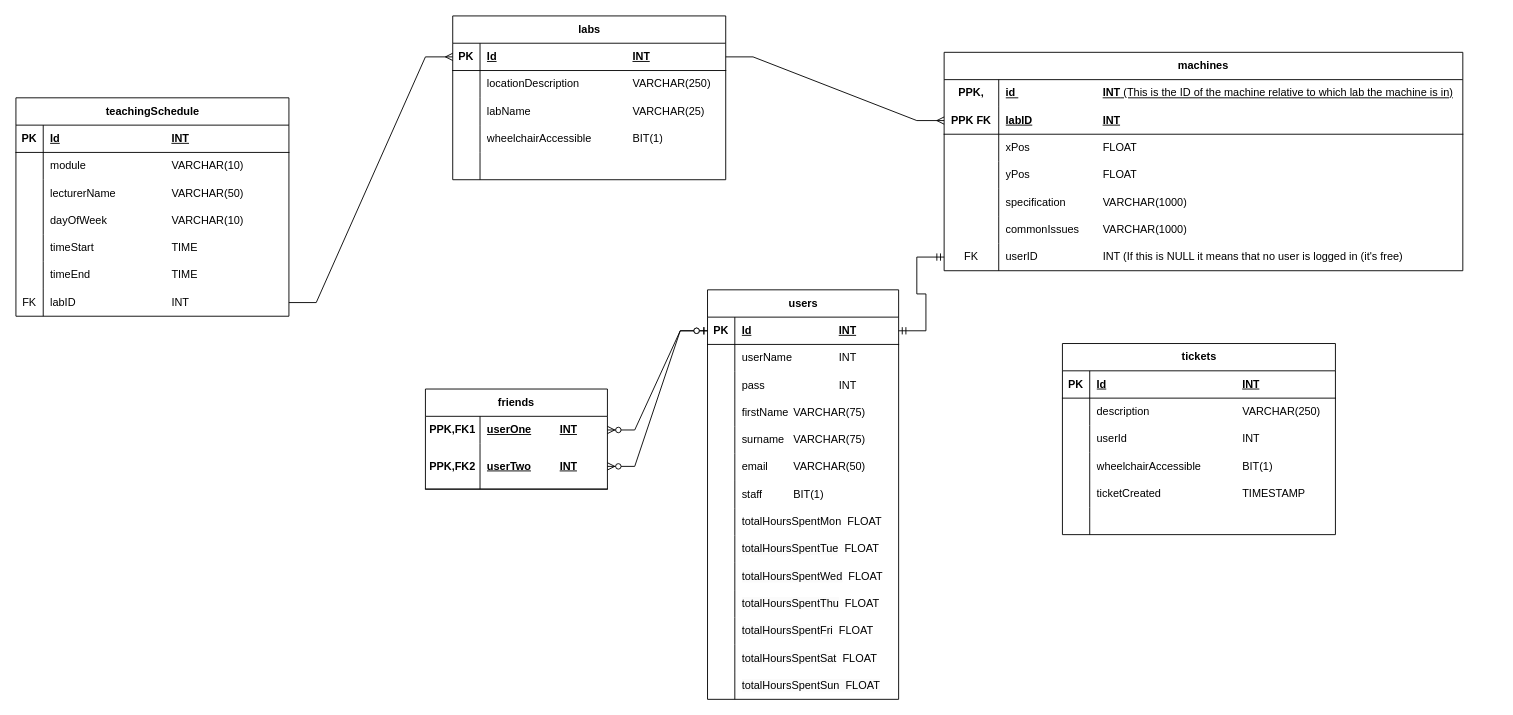
Before: LabFlow/LabFlow/assets/dissertation.drawio in chas-lad/LabFlow, a draw.io diagram. Source tidied: cells renumbered, new cells numbered last; positions are measured from the earlier drawing's top-left corner, leaving out a move shared by most shapes. Both pictures are drawn from the tidied source at 91%, with x=0, y=0 at pixel (15, 15).
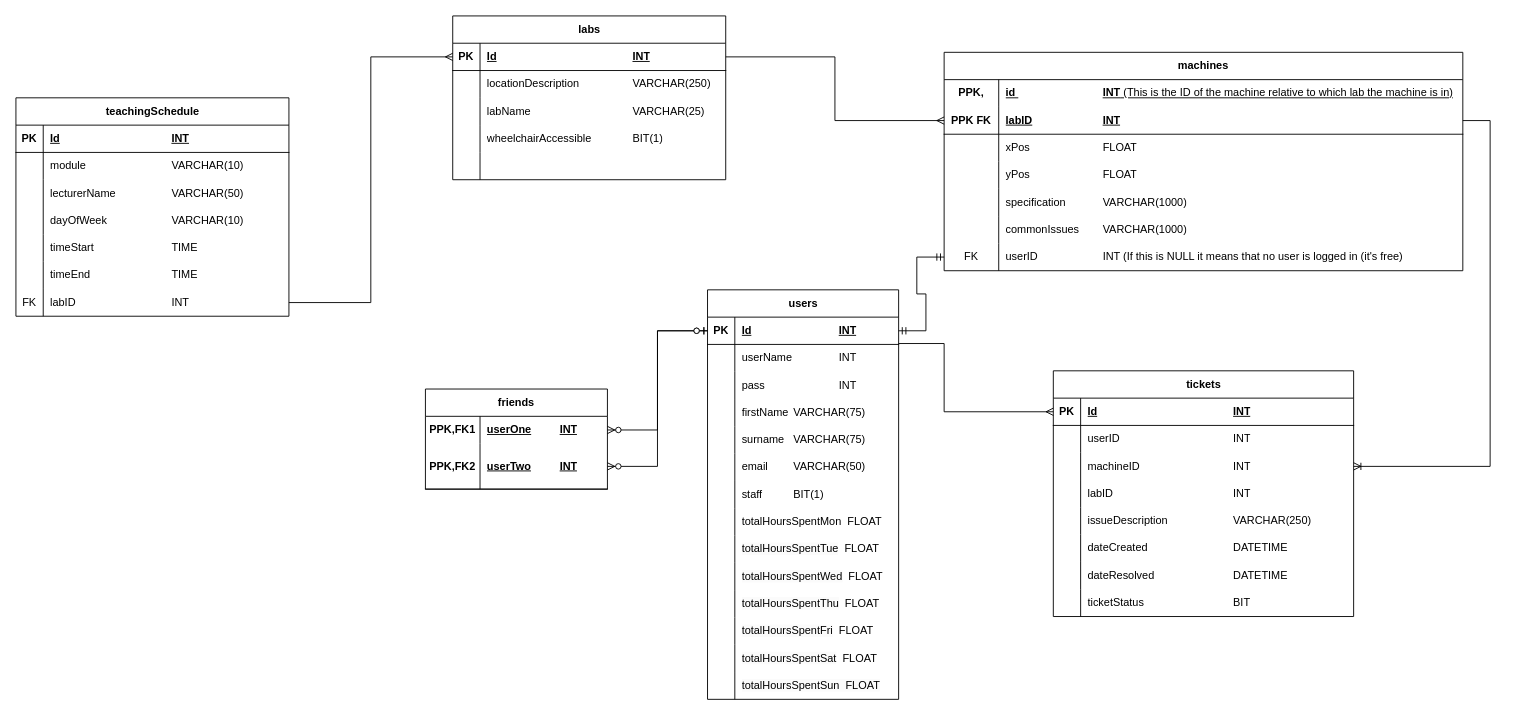
The same diagram, later.

The change refers to these unchanged cells:
```xml
<mxCell id="3" style="shape=tableRow;horizontal=0;startSize=0;swimlaneHead=0;swimlaneBody=0;fillColor=none;points=[[0,0.5],[1,0.5]];portConstraint=eastwest;top=0;left=0;right=0;bottom=1;" parent="2" vertex="1">
  <mxGeometry y="30" width="210" height="30" as="geometry" />
</mxCell>
<mxCell id="46" style="shape=tableRow;horizontal=0;startSize=0;swimlaneHead=0;swimlaneBody=0;fillColor=none;points=[[0,0.5],[1,0.5]];portConstraint=eastwest;top=0;left=0;right=0;bottom=1;" parent="45" vertex="1">
  <mxGeometry y="30" width="300" height="30" as="geometry" />
</mxCell>
<mxCell id="62" style="shape=tableRow;horizontal=0;startSize=0;swimlaneHead=0;swimlaneBody=0;fillColor=none;points=[[0,0.5],[1,0.5]];portConstraint=eastwest;top=0;left=0;right=0;bottom=0;html=1;" parent="61" vertex="1">
  <mxGeometry y="30" width="200" height="30" as="geometry" />
</mxCell>
<mxCell id="65" style="shape=tableRow;horizontal=0;startSize=0;swimlaneHead=0;swimlaneBody=0;fillColor=none;points=[[0,0.5],[1,0.5]];portConstraint=eastwest;top=0;left=0;right=0;bottom=1;html=1;" parent="61" vertex="1">
  <mxGeometry y="60" width="200" height="50" as="geometry" />
</mxCell>
<mxCell id="87" style="shape=tableRow;horizontal=0;startSize=0;swimlaneHead=0;swimlaneBody=0;fillColor=none;points=[[0,0.5],[1,0.5]];portConstraint=eastwest;top=0;left=0;right=0;bottom=0;" parent="68" vertex="1">
  <mxGeometry y="210" width="300" height="30" as="geometry" />
</mxCell>
<mxCell id="118" style="shape=tableRow;horizontal=0;startSize=0;swimlaneHead=0;swimlaneBody=0;fillColor=none;points=[[0,0.5],[1,0.5]];portConstraint=eastwest;top=0;left=0;right=0;bottom=1;html=1;" parent="114" vertex="1">
  <mxGeometry y="60" width="570" height="30" as="geometry" />
</mxCell>
```

Change to the diagram source:
```diff
@@
-    <mxCell id="90" style="edgeStyle=entityRelationEdgeStyle;fontSize=12;html=1;endArrow=ERzeroToMany;startArrow=ERzeroToOne;rounded=0;exitX=0;exitY=0.5;exitDx=0;exitDy=0;entryX=1;entryY=0.5;entryDx=0;entryDy=0;" parent="1" edge="1" source="3" target="62">
+    <mxCell id="90" style="edgeStyle=orthogonalEdgeStyle;fontSize=12;html=1;endArrow=ERzeroToMany;startArrow=ERzeroToOne;rounded=0;exitX=0;exitY=0.5;exitDx=0;exitDy=0;entryX=1;entryY=0.5;entryDx=0;entryDy=0;" parent="1" edge="1" source="3" target="62">
       <mxGeometry relative="1" as="geometry" />
     </mxCell>
-    <mxCell id="91" style="edgeStyle=entityRelationEdgeStyle;fontSize=12;html=1;endArrow=ERzeroToMany;startArrow=ERzeroToOne;rounded=0;exitX=0;exitY=0.5;exitDx=0;exitDy=0;entryX=1;entryY=0.5;entryDx=0;entryDy=0;" parent="1" edge="1" source="3" target="65">
+    <mxCell id="91" style="edgeStyle=orthogonalEdgeStyle;fontSize=12;html=1;endArrow=ERzeroToMany;startArrow=ERzeroToOne;rounded=0;exitX=0;exitY=0.5;exitDx=0;exitDy=0;entryX=1;entryY=0.5;entryDx=0;entryDy=0;" parent="1" edge="1" source="3" target="65">
       <mxGeometry relative="1" as="geometry" />
     </mxCell>
-    <mxCell id="92" style="edgeStyle=entityRelationEdgeStyle;fontSize=12;html=1;endArrow=ERmany;rounded=0;exitX=1;exitY=0.5;exitDx=0;exitDy=0;entryX=0;entryY=0.5;entryDx=0;entryDy=0;" parent="1" edge="1" source="46" target="118">
+    <mxCell id="92" style="edgeStyle=orthogonalEdgeStyle;fontSize=12;html=1;endArrow=ERmany;rounded=0;exitX=1;exitY=0.5;exitDx=0;exitDy=0;entryX=0;entryY=0.5;entryDx=0;entryDy=0;" parent="1" edge="1" source="46" target="118">
       <mxGeometry relative="1" as="geometry" />
     </mxCell>
-    <mxCell id="93" style="edgeStyle=entityRelationEdgeStyle;fontSize=12;html=1;endArrow=ERmany;rounded=0;exitX=1;exitY=0.5;exitDx=0;exitDy=0;entryX=0;entryY=0.5;entryDx=0;entryDy=0;" parent="1" edge="1" source="87" target="46">
+    <mxCell id="93" style="edgeStyle=orthogonalEdgeStyle;fontSize=12;html=1;endArrow=ERmany;rounded=0;exitX=1;exitY=0.5;exitDx=0;exitDy=0;entryX=0;entryY=0.5;entryDx=0;entryDy=0;" parent="1" edge="1" source="87" target="46">
       <mxGeometry relative="1" as="geometry" />
     </mxCell>
@@
     <mxCell id="95" value="tickets" style="shape=table;startSize=30;childLayout=tableLayout;rowLines=0;fontStyle=1;align=center;html=1;" parent="1" vertex="1">
-      <mxGeometry x="1150" y="360" width="300" height="210" as="geometry" />
+      <mxGeometry x="1140" y="390" width="330" height="270" as="geometry" />
     </mxCell>
     <mxCell id="96" style="shape=tableRow;horizontal=0;startSize=0;swimlaneHead=0;swimlaneBody=0;fillColor=none;points=[[0,0.5],[1,0.5]];portConstraint=eastwest;top=0;left=0;right=0;bottom=1;" parent="95" vertex="1">
-      <mxGeometry y="30" width="300" height="30" as="geometry" />
+      <mxGeometry y="30" width="330" height="30" as="geometry" />
     </mxCell>
@@
     <mxCell id="98" value="Id&lt;span style=&quot;white-space: pre;&quot;&gt;&#9;&lt;/span&gt;&lt;span style=&quot;white-space: pre;&quot;&gt;&#9;&lt;/span&gt;&lt;span style=&quot;white-space: pre;&quot;&gt;&#9;&lt;/span&gt;&lt;span style=&quot;white-space: pre;&quot;&gt;&#9;&lt;span style=&quot;white-space: pre;&quot;&gt;&#9;&lt;/span&gt;&lt;span style=&quot;white-space: pre;&quot;&gt;&#9;&lt;/span&gt;&lt;/span&gt;INT" style="shape=partialRectangle;fillColor=none;top=0;left=0;bottom=0;right=0;align=left;spacingLeft=6;fontStyle=5;overflow=hidden;whiteSpace=wrap;html=1;" parent="96" vertex="1">
-      <mxGeometry x="30" width="270" height="30" as="geometry" />
+      <mxGeometry x="30" width="300" height="30" as="geometry" />
     </mxCell>
     <mxCell id="99" style="shape=tableRow;horizontal=0;startSize=0;swimlaneHead=0;swimlaneBody=0;fillColor=none;top=0;left=0;right=0;bottom=0;" parent="95" vertex="1">
-      <mxGeometry y="60" width="300" height="30" as="geometry" />
+      <mxGeometry y="60" width="330" height="30" as="geometry" />
     </mxCell>
@@
-    <mxCell id="101" value="description&lt;span style=&quot;white-space: pre;&quot;&gt;&#9;&lt;span style=&quot;white-space: pre;&quot;&gt;&#9;&lt;/span&gt;&lt;span style=&quot;white-space: pre;&quot;&gt;&#9;&lt;span style=&quot;white-space: pre;&quot;&gt;&#9;&lt;/span&gt;&lt;/span&gt;&lt;/span&gt;VARCHAR(250)" style="shape=partialRectangle;fillColor=none;top=0;left=0;bottom=0;right=0;align=left;spacingLeft=6;overflow=hidden;whiteSpace=wrap;html=1;" parent="99" vertex="1">
-      <mxGeometry x="30" width="270" height="30" as="geometry" />
+    <mxCell id="101" value="userID&lt;span style=&quot;white-space: pre;&quot;&gt;&#9;&lt;/span&gt;&lt;span style=&quot;white-space: pre;&quot;&gt;&#9;&lt;/span&gt;&lt;span style=&quot;white-space: pre;&quot;&gt;&#9;&lt;/span&gt;&lt;span style=&quot;white-space: pre;&quot;&gt;&#9;&lt;/span&gt;&lt;span style=&quot;white-space: pre;&quot;&gt;&#9;&lt;/span&gt;INT" style="shape=partialRectangle;fillColor=none;top=0;left=0;bottom=0;right=0;align=left;spacingLeft=6;overflow=hidden;whiteSpace=wrap;html=1;" parent="99" vertex="1">
+      <mxGeometry x="30" width="300" height="30" as="geometry" />
     </mxCell>
+    <mxCell id="136" style="shape=tableRow;horizontal=0;startSize=0;swimlaneHead=0;swimlaneBody=0;fillColor=none;points=[[0,0.5],[1,0.5]];portConstraint=eastwest;top=0;left=0;right=0;bottom=0;" parent="95" vertex="1">
+      <mxGeometry y="90" width="330" height="30" as="geometry" />
+    </mxCell>
+    <mxCell id="137" style="shape=partialRectangle;fillColor=none;top=0;left=0;bottom=0;right=0;overflow=hidden;whiteSpace=wrap;html=1;" parent="136" vertex="1">
+      <mxGeometry width="30" height="30" as="geometry" />
+    </mxCell>
+    <mxCell id="138" value="machineID&lt;span style=&quot;white-space: pre;&quot;&gt;&#9;&lt;/span&gt;&lt;span style=&quot;white-space: pre;&quot;&gt;&#9;&lt;/span&gt;&lt;span style=&quot;white-space: pre;&quot;&gt;&#9;&lt;/span&gt;&lt;span style=&quot;white-space: pre;&quot;&gt;&#9;&lt;/span&gt;INT" style="shape=partialRectangle;fillColor=none;top=0;left=0;bottom=0;right=0;align=left;spacingLeft=6;overflow=hidden;whiteSpace=wrap;html=1;" parent="136" vertex="1">
+      <mxGeometry x="30" width="300" height="30" as="geometry" />
+    </mxCell>
+    <mxCell id="139" style="shape=tableRow;horizontal=0;startSize=0;swimlaneHead=0;swimlaneBody=0;fillColor=none;top=0;left=0;right=0;bottom=0;" parent="95" vertex="1">
+      <mxGeometry y="120" width="330" height="30" as="geometry" />
+    </mxCell>
+    <mxCell id="140" style="shape=partialRectangle;fillColor=none;top=0;left=0;bottom=0;right=0;overflow=hidden;whiteSpace=wrap;html=1;" parent="139" vertex="1">
+      <mxGeometry width="30" height="30" as="geometry" />
+    </mxCell>
+    <mxCell id="141" value="labID&lt;span style=&quot;white-space: pre;&quot;&gt;&#9;&lt;/span&gt;&lt;span style=&quot;white-space: pre;&quot;&gt;&#9;&lt;/span&gt;&lt;span style=&quot;white-space: pre;&quot;&gt;&#9;&lt;/span&gt;&lt;span style=&quot;white-space: pre;&quot;&gt;&#9;&lt;/span&gt;&lt;span style=&quot;white-space: pre;&quot;&gt;&#9;&lt;/span&gt;INT" style="shape=partialRectangle;fillColor=none;top=0;left=0;bottom=0;right=0;align=left;spacingLeft=6;overflow=hidden;whiteSpace=wrap;html=1;" parent="139" vertex="1">
+      <mxGeometry x="30" width="300" height="30" as="geometry" />
+    </mxCell>
     <mxCell id="102" style="shape=tableRow;horizontal=0;startSize=0;swimlaneHead=0;swimlaneBody=0;fillColor=none;top=0;left=0;right=0;bottom=0;" parent="95" vertex="1">
-      <mxGeometry y="90" width="300" height="30" as="geometry" />
+      <mxGeometry y="150" width="330" height="30" as="geometry" />
     </mxCell>
@@
-    <mxCell id="104" value="userId&lt;span style=&quot;white-space: pre;&quot;&gt;&#9;&lt;/span&gt;&lt;span style=&quot;white-space: pre;&quot;&gt;&#9;&lt;/span&gt;&lt;span style=&quot;white-space: pre;&quot;&gt;&#9;&lt;/span&gt;&lt;span style=&quot;white-space: pre;&quot;&gt;&#9;&lt;/span&gt;&lt;span style=&quot;white-space: pre;&quot;&gt;&#9;&lt;/span&gt;INT" style="shape=partialRectangle;fillColor=none;top=0;left=0;bottom=0;right=0;align=left;spacingLeft=6;overflow=hidden;whiteSpace=wrap;html=1;" parent="102" vertex="1">
-      <mxGeometry x="30" width="270" height="30" as="geometry" />
+    <mxCell id="104" value="issueDescription&#9;&lt;span style=&quot;border-color: var(--border-color);&quot;&gt;&lt;span style=&quot;white-space: pre;&quot;&gt;&amp;nbsp;&amp;nbsp;&amp;nbsp;&amp;nbsp;&lt;span style=&quot;white-space: pre;&quot;&gt;&#9;&lt;/span&gt;&lt;span style=&quot;white-space: pre;&quot;&gt;&#9;&lt;/span&gt;        &lt;/span&gt;&lt;/span&gt;VARCHAR(250)" style="shape=partialRectangle;fillColor=none;top=0;left=0;bottom=0;right=0;align=left;spacingLeft=6;overflow=hidden;whiteSpace=wrap;html=1;" parent="102" vertex="1">
+      <mxGeometry x="30" width="300" height="30" as="geometry" />
     </mxCell>
-    <mxCell id="105" style="shape=tableRow;horizontal=0;startSize=0;swimlaneHead=0;swimlaneBody=0;fillColor=none;top=0;left=0;right=0;bottom=0;" parent="95" vertex="1">
-      <mxGeometry y="120" width="300" height="30" as="geometry" />
-    </mxCell>
-    <mxCell id="106" style="shape=partialRectangle;fillColor=none;top=0;left=0;bottom=0;right=0;overflow=hidden;whiteSpace=wrap;html=1;" parent="105" vertex="1">
-      <mxGeometry width="30" height="30" as="geometry" />
-    </mxCell>
-    <mxCell id="107" value="wheelchairAccessible&lt;span style=&quot;white-space: pre;&quot;&gt;&#9;&lt;/span&gt;&lt;span style=&quot;white-space: pre;&quot;&gt;&#9;&lt;/span&gt;BIT(1)" style="shape=partialRectangle;fillColor=none;top=0;left=0;bottom=0;right=0;align=left;spacingLeft=6;overflow=hidden;whiteSpace=wrap;html=1;" parent="105" vertex="1">
-      <mxGeometry x="30" width="270" height="30" as="geometry" />
-    </mxCell>
     <mxCell id="108" style="shape=tableRow;horizontal=0;startSize=0;swimlaneHead=0;swimlaneBody=0;fillColor=none;top=0;left=0;right=0;bottom=0;" parent="95" vertex="1">
-      <mxGeometry y="150" width="300" height="30" as="geometry" />
+      <mxGeometry y="180" width="330" height="30" as="geometry" />
     </mxCell>
@@
-    <mxCell id="110" value="ticketCreated&lt;span style=&quot;white-space: pre;&quot;&gt;&#9;&lt;/span&gt;&lt;span style=&quot;white-space: pre;&quot;&gt;&#9;&lt;/span&gt;&lt;span style=&quot;white-space: pre;&quot;&gt;&#9;&lt;/span&gt;&lt;span style=&quot;white-space: pre;&quot;&gt;&#9;&lt;/span&gt;TIMESTAMP" style="shape=partialRectangle;fillColor=none;top=0;left=0;bottom=0;right=0;align=left;spacingLeft=6;overflow=hidden;whiteSpace=wrap;html=1;" parent="108" vertex="1">
-      <mxGeometry x="30" width="270" height="30" as="geometry" />
+    <mxCell id="110" value="dateCreated&lt;span style=&quot;white-space: pre;&quot;&gt;&#9;&lt;/span&gt;&lt;span style=&quot;white-space: pre;&quot;&gt;&#9;&lt;/span&gt;&lt;span style=&quot;white-space: pre;&quot;&gt;&#9;&lt;/span&gt;&lt;span style=&quot;white-space: pre;&quot;&gt;&#9;&lt;/span&gt;DATETIME" style="shape=partialRectangle;fillColor=none;top=0;left=0;bottom=0;right=0;align=left;spacingLeft=6;overflow=hidden;whiteSpace=wrap;html=1;" parent="108" vertex="1">
+      <mxGeometry x="30" width="300" height="30" as="geometry" />
     </mxCell>
+    <mxCell id="142" style="shape=tableRow;horizontal=0;startSize=0;swimlaneHead=0;swimlaneBody=0;fillColor=none;top=0;left=0;right=0;bottom=0;" parent="95" vertex="1">
+      <mxGeometry y="210" width="330" height="30" as="geometry" />
+    </mxCell>
+    <mxCell id="143" style="shape=partialRectangle;fillColor=none;top=0;left=0;bottom=0;right=0;overflow=hidden;whiteSpace=wrap;html=1;" parent="142" vertex="1">
+      <mxGeometry width="30" height="30" as="geometry" />
+    </mxCell>
+    <mxCell id="144" value="dateResolved&lt;span style=&quot;white-space: pre;&quot;&gt;&#9;&lt;/span&gt;&lt;span style=&quot;white-space: pre;&quot;&gt;&#9;&lt;/span&gt;&lt;span style=&quot;white-space: pre;&quot;&gt;&#9;&lt;/span&gt;&lt;span style=&quot;white-space: pre;&quot;&gt;&#9;&lt;/span&gt;DATETIME" style="shape=partialRectangle;fillColor=none;top=0;left=0;bottom=0;right=0;align=left;spacingLeft=6;overflow=hidden;whiteSpace=wrap;html=1;" parent="142" vertex="1">
+      <mxGeometry x="30" width="300" height="30" as="geometry" />
+    </mxCell>
     <mxCell id="111" style="shape=tableRow;horizontal=0;startSize=0;swimlaneHead=0;swimlaneBody=0;fillColor=none;top=0;left=0;right=0;bottom=0;" parent="95" vertex="1">
-      <mxGeometry y="180" width="300" height="30" as="geometry" />
+      <mxGeometry y="240" width="330" height="30" as="geometry" />
     </mxCell>
@@
-    <mxCell id="113" style="shape=partialRectangle;fillColor=none;top=0;left=0;bottom=0;right=0;align=left;spacingLeft=6;overflow=hidden;whiteSpace=wrap;html=1;" parent="111" vertex="1">
-      <mxGeometry x="30" width="270" height="30" as="geometry" />
+    <mxCell id="113" value="ticketStatus&lt;span style=&quot;white-space: pre;&quot;&gt;&#9;&lt;/span&gt;&lt;span style=&quot;white-space: pre;&quot;&gt;&#9;&lt;/span&gt;&lt;span style=&quot;white-space: pre;&quot;&gt;&#9;&lt;/span&gt;&lt;span style=&quot;white-space: pre;&quot;&gt;&#9;&lt;/span&gt;BIT" style="shape=partialRectangle;fillColor=none;top=0;left=0;bottom=0;right=0;align=left;spacingLeft=6;overflow=hidden;whiteSpace=wrap;html=1;" parent="111" vertex="1">
+      <mxGeometry x="30" width="300" height="30" as="geometry" />
     </mxCell>
@@
+    <mxCell id="145" style="edgeStyle=orthogonalEdgeStyle;fontSize=12;html=1;endArrow=ERmany;rounded=0;entryX=0;entryY=0.5;entryDx=0;entryDy=0;" parent="1" edge="1" target="96">
+      <mxGeometry relative="1" as="geometry">
+        <mxPoint x="970" y="360" as="sourcePoint" />
+        <Array as="points">
+          <mxPoint x="1020" y="360" />
+          <mxPoint x="1020" y="435" />
+        </Array>
+      </mxGeometry>
+    </mxCell>
+    <mxCell id="146" style="edgeStyle=orthogonalEdgeStyle;fontSize=12;html=1;endArrow=ERoneToMany;rounded=0;exitX=1;exitY=0.5;exitDx=0;exitDy=0;entryX=1;entryY=0.5;entryDx=0;entryDy=0;" parent="1" edge="1" source="118" target="136">
+      <mxGeometry relative="1" as="geometry">
+        <Array as="points">
+          <mxPoint x="1620" y="115" />
+          <mxPoint x="1620" y="495" />
+        </Array>
+      </mxGeometry>
+    </mxCell>
```
